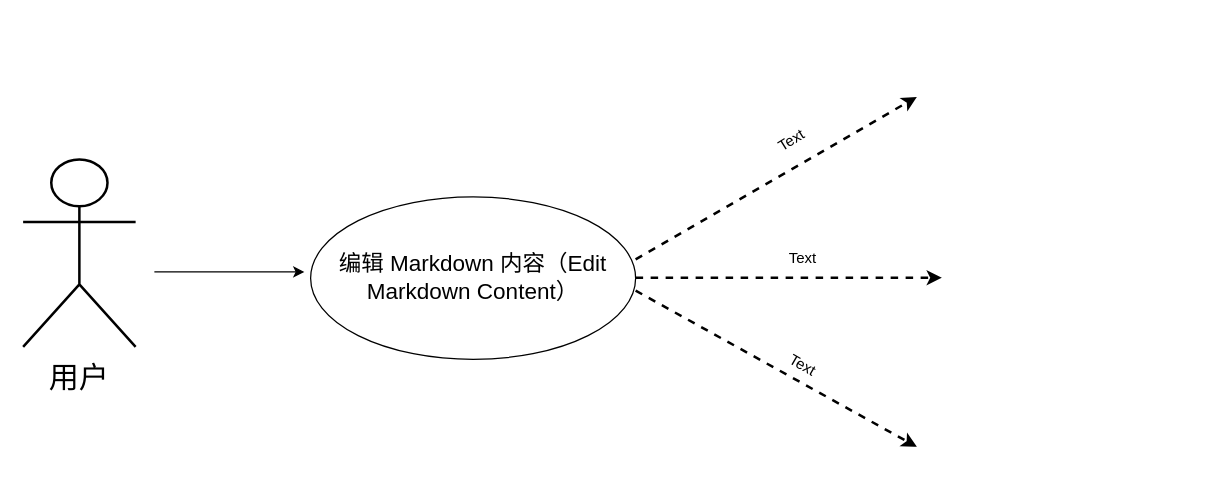
Earlier version of the draw.io diagram 未命名绘图.drawio (Yaozongbin0828/UMLetDraw). Source tidied: cells renumbered, new cells numbered last; positions are measured from the earlier drawing's top-left corner, leaving out a move shared by most shapes. Both pictures are drawn from the tidied source at 125%, with x=0, y=0 at pixel (22, 96).
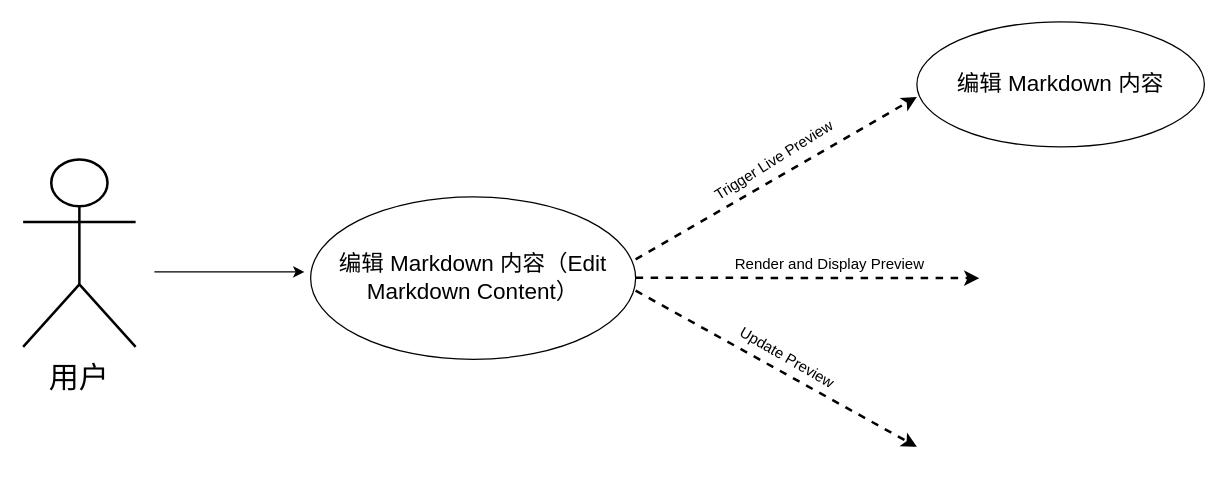
The same diagram, later.

Commit message (it also covers changes not shown here):
更新未命名绘图.drawio

What changed in the source:
```diff
@@
 <mxGraphModel>
   <root>
     <mxCell id="0" />
     <mxCell id="1" parent="0" />
     <mxCell id="2" style="shape=umlActor;verticalLabelPosition=bottom;verticalAlign=top;html=1;strokeWidth=2;" parent="1" vertex="1">
       <mxGeometry y="50" width="90" height="150" as="geometry" />
     </mxCell>
     <mxCell id="3" value="&lt;font style=&quot;font-size: 24px;&quot;&gt;用户&lt;/font&gt;" style="text;html=1;align=center;verticalAlign=middle;whiteSpace=wrap;rounded=0;" parent="1" vertex="1">
       <mxGeometry x="15" y="210" width="60" height="30" as="geometry" />
     </mxCell>
     <mxCell id="4" style="endArrow=classic;html=1;rounded=0;" parent="1" edge="1">
       <mxGeometry relative="1" as="geometry">
         <mxPoint x="105" y="140" as="sourcePoint" />
         <mxPoint x="225" y="140" as="targetPoint" />
       </mxGeometry>
     </mxCell>
     <mxCell id="5" value="&lt;font style=&quot;font-size: 18px;&quot;&gt;编辑 Markdown 内容（Edit Markdown Content）&lt;/font&gt;" style="ellipse;whiteSpace=wrap;html=1;" parent="1" vertex="1">
       <mxGeometry x="230" y="80" width="260" height="130" as="geometry" />
     </mxCell>
     <mxCell id="6" style="endArrow=classic;html=1;rounded=0;dashed=1;strokeWidth=2;" parent="1" edge="1">
       <mxGeometry relative="1" as="geometry">
         <mxPoint x="490" y="130" as="sourcePoint" />
         <mxPoint x="715" as="targetPoint" />
       </mxGeometry>
     </mxCell>
     <mxCell id="7" style="endArrow=classic;html=1;rounded=0;dashed=1;strokeWidth=2;" parent="1" edge="1">
       <mxGeometry relative="1" as="geometry">
         <mxPoint x="490" y="144.7" as="sourcePoint" />
-        <mxPoint x="735" y="144.7" as="targetPoint" />
+        <mxPoint x="765" y="145" as="targetPoint" />
       </mxGeometry>
     </mxCell>
     <mxCell id="8" style="endArrow=classic;html=1;rounded=0;dashed=1;strokeWidth=2;" parent="1" edge="1">
       <mxGeometry relative="1" as="geometry">
         <mxPoint x="490" y="155" as="sourcePoint" />
         <mxPoint x="715" y="280" as="targetPoint" />
       </mxGeometry>
     </mxCell>
-    <mxCell id="9" value="Text" style="text;html=1;align=center;verticalAlign=middle;whiteSpace=wrap;rounded=0;rotation=-32;" parent="1" vertex="1">
-      <mxGeometry x="585" y="20" width="60" height="30" as="geometry" />
+    <mxCell id="9" value="&lt;div&gt;Trigger Live Preview&lt;/div&gt;" style="text;html=1;align=center;verticalAlign=middle;whiteSpace=wrap;rounded=0;rotation=-32;" parent="1" vertex="1">
+      <mxGeometry x="526" y="36" width="150" height="30" as="geometry" />
     </mxCell>
-    <mxCell id="10" value="Text" style="text;html=1;align=center;verticalAlign=middle;whiteSpace=wrap;rounded=0;rotation=0;" parent="1" vertex="1">
-      <mxGeometry x="594" y="114" width="60" height="30" as="geometry" />
+    <mxCell id="10" value="Render and Display Preview" style="text;html=1;align=center;verticalAlign=middle;whiteSpace=wrap;rounded=0;rotation=0;" parent="1" vertex="1">
+      <mxGeometry x="551" y="118" width="189" height="31" as="geometry" />
     </mxCell>
-    <mxCell id="11" value="Text" style="text;html=1;align=center;verticalAlign=middle;whiteSpace=wrap;rounded=0;rotation=30;" parent="1" vertex="1">
-      <mxGeometry x="594" y="200" width="60" height="30" as="geometry" />
+    <mxCell id="11" value="Update Preview" style="text;html=1;align=center;verticalAlign=middle;whiteSpace=wrap;rounded=0;rotation=30;" parent="1" vertex="1">
+      <mxGeometry x="561" y="194" width="101" height="30" as="geometry" />
     </mxCell>
+    <mxCell id="12" value="&lt;font style=&quot;font-size: 18px;&quot;&gt;编辑 Markdown 内容&lt;/font&gt;" style="ellipse;whiteSpace=wrap;html=1;" parent="1" vertex="1">
+      <mxGeometry x="715" y="-60" width="230" height="100" as="geometry" />
+    </mxCell>
   </root>
 </mxGraphModel>
```
